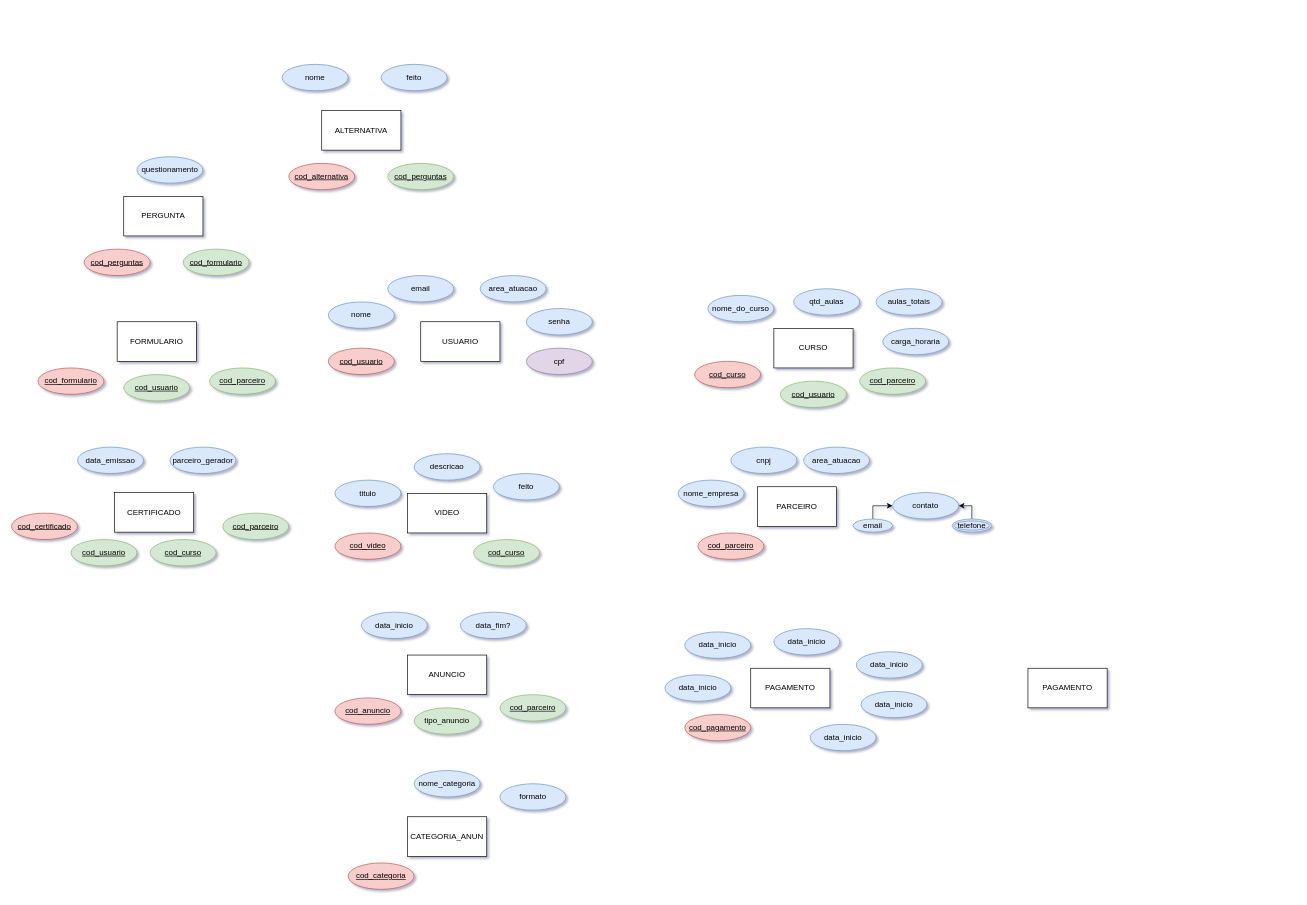
Before: ST.drawio in arthurmesquita2001/Banco_de_Dados, a draw.io diagram. Source tidied: cells renumbered, new cells numbered last; positions are measured from the earlier drawing's top-left corner, leaving out a move shared by most shapes. Both pictures are drawn from the tidied source at 66%, with x=0, y=0 at pixel (11, 64).
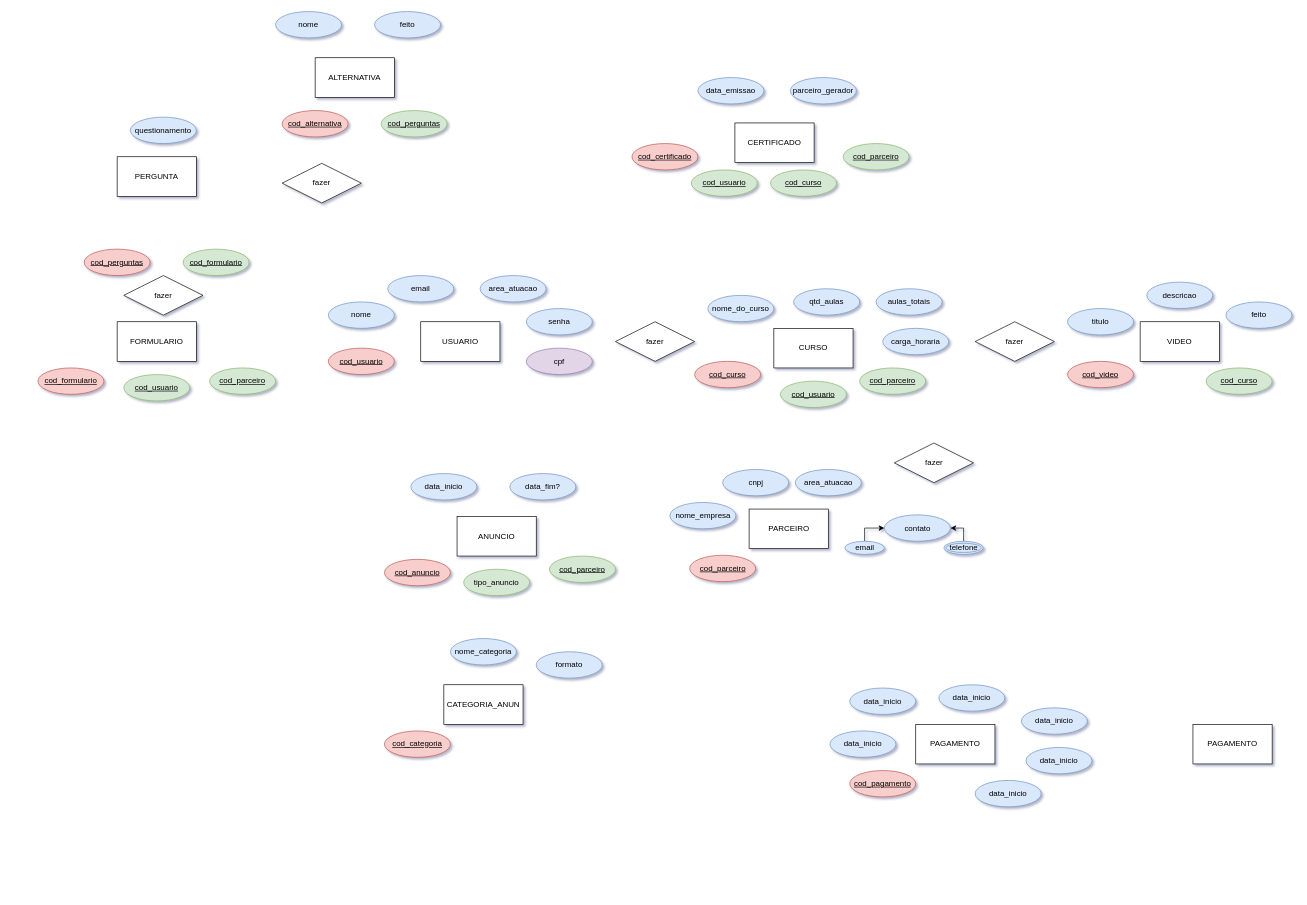
Above is the later version.

What changed in the source:
```diff
@@
     <mxCell id="11" value="VIDEO" style="rounded=0;whiteSpace=wrap;html=1;" parent="1" vertex="1">
-      <mxGeometry x="600" y="650" width="120" height="60" as="geometry" />
+      <mxGeometry x="1710" y="390" width="120" height="60" as="geometry" />
     </mxCell>
     <mxCell id="12" value="cod_video" style="ellipse;whiteSpace=wrap;html=1;align=center;fontStyle=4;fillColor=#f8cecc;strokeColor=#b85450;" parent="1" vertex="1">
-      <mxGeometry x="490" y="710" width="100" height="40" as="geometry" />
+      <mxGeometry x="1600" y="450" width="100" height="40" as="geometry" />
     </mxCell>
     <mxCell id="13" value="titulo" style="ellipse;whiteSpace=wrap;html=1;align=center;fillColor=#dae8fc;strokeColor=#6c8ebf;" parent="1" vertex="1">
-      <mxGeometry x="490" y="630" width="100" height="40" as="geometry" />
+      <mxGeometry x="1600" y="370" width="100" height="40" as="geometry" />
     </mxCell>
     <mxCell id="14" value="descricao" style="ellipse;whiteSpace=wrap;html=1;align=center;fillColor=#dae8fc;strokeColor=#6c8ebf;" parent="1" vertex="1">
-      <mxGeometry x="610" y="590" width="100" height="40" as="geometry" />
+      <mxGeometry x="1720" y="330" width="100" height="40" as="geometry" />
     </mxCell>
     <mxCell id="15" value="feito" style="ellipse;whiteSpace=wrap;html=1;align=center;fillColor=#dae8fc;strokeColor=#6c8ebf;" parent="1" vertex="1">
-      <mxGeometry x="730" y="620" width="100" height="40" as="geometry" />
+      <mxGeometry x="1840" y="360" width="100" height="40" as="geometry" />
     </mxCell>
     <mxCell id="16" value="PARCEIRO" style="rounded=0;whiteSpace=wrap;html=1;" parent="1" vertex="1">
-      <mxGeometry x="1130" y="640" width="120" height="60" as="geometry" />
+      <mxGeometry x="1117.5" y="673.8" width="120" height="60" as="geometry" />
     </mxCell>
     <mxCell id="17" value="cod_parceiro" style="ellipse;whiteSpace=wrap;html=1;align=center;fontStyle=4;fillColor=#f8cecc;strokeColor=#b85450;" parent="1" vertex="1">
-      <mxGeometry x="1040" y="710" width="100" height="40" as="geometry" />
+      <mxGeometry x="1027.5" y="743.8" width="100" height="40" as="geometry" />
     </mxCell>
@@
     <mxCell id="19" value="ANUNCIO" style="rounded=0;whiteSpace=wrap;html=1;" parent="1" vertex="1">
-      <mxGeometry x="600" y="895" width="120" height="60" as="geometry" />
+      <mxGeometry x="675" y="685" width="120" height="60" as="geometry" />
     </mxCell>
     <mxCell id="20" value="nome_empresa" style="ellipse;whiteSpace=wrap;html=1;align=center;fillColor=#dae8fc;strokeColor=#6c8ebf;" parent="1" vertex="1">
-      <mxGeometry x="1010" y="630" width="100" height="40" as="geometry" />
+      <mxGeometry x="997.5" y="663.8" width="100" height="40" as="geometry" />
     </mxCell>
     <mxCell id="21" value="cnpj" style="ellipse;whiteSpace=wrap;html=1;align=center;fillColor=#dae8fc;strokeColor=#6c8ebf;" parent="1" vertex="1">
-      <mxGeometry x="1090" y="580" width="100" height="40" as="geometry" />
+      <mxGeometry x="1077.5" y="613.8" width="100" height="40" as="geometry" />
     </mxCell>
     <mxCell id="22" value="area_atuacao" style="ellipse;whiteSpace=wrap;html=1;align=center;fillColor=#dae8fc;strokeColor=#6c8ebf;" parent="1" vertex="1">
-      <mxGeometry x="1200" y="580" width="100" height="40" as="geometry" />
+      <mxGeometry x="1187.5" y="613.8" width="100" height="40" as="geometry" />
     </mxCell>
@@
     <mxCell id="24" value="cod_curso" style="ellipse;whiteSpace=wrap;html=1;align=center;fontStyle=4;fillColor=#d5e8d4;strokeColor=#82b366;" parent="1" vertex="1">
-      <mxGeometry x="700" y="720" width="100" height="40" as="geometry" />
+      <mxGeometry x="1810" y="460" width="100" height="40" as="geometry" />
     </mxCell>
     <mxCell id="25" value="PAGAMENTO" style="rounded=0;whiteSpace=wrap;html=1;" parent="1" vertex="1">
-      <mxGeometry x="1120" y="915" width="120" height="60" as="geometry" />
+      <mxGeometry x="1370" y="1000" width="120" height="60" as="geometry" />
     </mxCell>
     <mxCell id="26" value="contato" style="ellipse;whiteSpace=wrap;html=1;fillColor=#dae8fc;strokeColor=#6c8ebf;" parent="1" vertex="1">
-      <mxGeometry x="1335" y="648.8" width="100" height="40" as="geometry" />
+      <mxGeometry x="1322.5" y="682.6" width="100" height="40" as="geometry" />
     </mxCell>
@@
     <mxCell id="28" value="email" style="ellipse;whiteSpace=wrap;html=1;align=center;fontSize=12;fillColor=#dae8fc;strokeColor=#6c8ebf;" parent="1" vertex="1">
-      <mxGeometry x="1275" y="688.8" width="60" height="20" as="geometry" />
+      <mxGeometry x="1262.5" y="722.6" width="60" height="20" as="geometry" />
     </mxCell>
@@
     <mxCell id="30" value="telefone" style="ellipse;shape=doubleEllipse;margin=3;whiteSpace=wrap;html=1;align=center;fillColor=#dae8fc;strokeColor=#6c8ebf;" parent="1" vertex="1">
-      <mxGeometry x="1425" y="688.8" width="60" height="20" as="geometry" />
+      <mxGeometry x="1412.5" y="722.6" width="60" height="20" as="geometry" />
     </mxCell>
@@
     <mxCell id="33" value="cod_anuncio" style="ellipse;whiteSpace=wrap;html=1;align=center;fontStyle=4;fillColor=#f8cecc;strokeColor=#b85450;" parent="1" vertex="1">
-      <mxGeometry x="490" y="960" width="100" height="40" as="geometry" />
+      <mxGeometry x="565" y="750" width="100" height="40" as="geometry" />
     </mxCell>
     <mxCell id="34" value="cod_pagamento" style="ellipse;whiteSpace=wrap;html=1;align=center;fontStyle=4;fillColor=#f8cecc;strokeColor=#b85450;" parent="1" vertex="1">
-      <mxGeometry x="1020" y="985" width="100" height="40" as="geometry" />
+      <mxGeometry x="1270" y="1070" width="100" height="40" as="geometry" />
     </mxCell>
@@
     <mxCell id="37" value="data_inicio" style="ellipse;whiteSpace=wrap;html=1;align=center;fillColor=#dae8fc;strokeColor=#6c8ebf;" parent="1" vertex="1">
-      <mxGeometry x="1020" y="860" width="100" height="40" as="geometry" />
+      <mxGeometry x="1270" y="945" width="100" height="40" as="geometry" />
     </mxCell>
     <mxCell id="38" value="data_inicio" style="ellipse;whiteSpace=wrap;html=1;align=center;fillColor=#dae8fc;strokeColor=#6c8ebf;" parent="1" vertex="1">
-      <mxGeometry x="1155" y="855" width="100" height="40" as="geometry" />
+      <mxGeometry x="1405" y="940" width="100" height="40" as="geometry" />
     </mxCell>
     <mxCell id="39" value="data_inicio" style="ellipse;whiteSpace=wrap;html=1;align=center;fillColor=#dae8fc;strokeColor=#6c8ebf;" parent="1" vertex="1">
-      <mxGeometry x="1280" y="890" width="100" height="40" as="geometry" />
+      <mxGeometry x="1530" y="975" width="100" height="40" as="geometry" />
     </mxCell>
     <mxCell id="40" value="data_inicio" style="ellipse;whiteSpace=wrap;html=1;align=center;fillColor=#dae8fc;strokeColor=#6c8ebf;" parent="1" vertex="1">
-      <mxGeometry x="1287" y="950" width="100" height="40" as="geometry" />
+      <mxGeometry x="1537" y="1035" width="100" height="40" as="geometry" />
     </mxCell>
     <mxCell id="41" value="data_inicio" style="ellipse;whiteSpace=wrap;html=1;align=center;fillColor=#dae8fc;strokeColor=#6c8ebf;" parent="1" vertex="1">
-      <mxGeometry x="990" y="925" width="100" height="40" as="geometry" />
+      <mxGeometry x="1240" y="1010" width="100" height="40" as="geometry" />
     </mxCell>
     <mxCell id="42" value="data_inicio" style="ellipse;whiteSpace=wrap;html=1;align=center;fillColor=#dae8fc;strokeColor=#6c8ebf;" parent="1" vertex="1">
-      <mxGeometry x="1210" y="1000" width="100" height="40" as="geometry" />
+      <mxGeometry x="1460" y="1085" width="100" height="40" as="geometry" />
     </mxCell>
     <mxCell id="43" value="PAGAMENTO" style="rounded=0;whiteSpace=wrap;html=1;" parent="1" vertex="1">
-      <mxGeometry x="1540" y="915" width="120" height="60" as="geometry" />
+      <mxGeometry x="1790" y="1000" width="120" height="60" as="geometry" />
     </mxCell>
     <mxCell id="44" value="cod_parceiro" style="ellipse;whiteSpace=wrap;html=1;align=center;fontStyle=4;fillColor=#d5e8d4;strokeColor=#82b366;" parent="1" vertex="1">
-      <mxGeometry x="740" y="955" width="100" height="40" as="geometry" />
+      <mxGeometry x="815" y="745" width="100" height="40" as="geometry" />
     </mxCell>
@@
     <mxCell id="47" value="tipo_anuncio" style="ellipse;whiteSpace=wrap;html=1;align=center;fillColor=#d5e8d4;strokeColor=#82b366;" parent="1" vertex="1">
-      <mxGeometry x="610" y="975" width="100" height="40" as="geometry" />
+      <mxGeometry x="685" y="765" width="100" height="40" as="geometry" />
     </mxCell>
     <mxCell id="48" value="CATEGORIA_ANUN" style="rounded=0;whiteSpace=wrap;html=1;" parent="1" vertex="1">
-      <mxGeometry x="600" y="1140" width="120" height="60" as="geometry" />
+      <mxGeometry x="655" y="940" width="120" height="60" as="geometry" />
     </mxCell>
     <mxCell id="49" value="cod_categoria" style="ellipse;whiteSpace=wrap;html=1;align=center;fontStyle=4;fillColor=#f8cecc;strokeColor=#b85450;" parent="1" vertex="1">
-      <mxGeometry x="510" y="1210" width="100" height="40" as="geometry" />
+      <mxGeometry x="565" y="1010" width="100" height="40" as="geometry" />
     </mxCell>
     <mxCell id="50" value="nome_categoria" style="ellipse;whiteSpace=wrap;html=1;align=center;fillColor=#dae8fc;strokeColor=#6c8ebf;" parent="1" vertex="1">
-      <mxGeometry x="610" y="1070" width="100" height="40" as="geometry" />
+      <mxGeometry x="665" y="870" width="100" height="40" as="geometry" />
     </mxCell>
     <mxCell id="51" value="formato" style="ellipse;whiteSpace=wrap;html=1;align=center;fillColor=#dae8fc;strokeColor=#6c8ebf;" parent="1" vertex="1">
-      <mxGeometry x="740" y="1090" width="100" height="40" as="geometry" />
+      <mxGeometry x="795" y="890" width="100" height="40" as="geometry" />
     </mxCell>
     <mxCell id="52" value="data_inicio" style="ellipse;whiteSpace=wrap;html=1;align=center;fillColor=#dae8fc;strokeColor=#6c8ebf;" parent="1" vertex="1">
-      <mxGeometry x="530" y="830" width="100" height="40" as="geometry" />
+      <mxGeometry x="605" y="620" width="100" height="40" as="geometry" />
     </mxCell>
     <mxCell id="53" value="data_fim?" style="ellipse;whiteSpace=wrap;html=1;align=center;fillColor=#dae8fc;strokeColor=#6c8ebf;" parent="1" vertex="1">
-      <mxGeometry x="680" y="830" width="100" height="40" as="geometry" />
+      <mxGeometry x="755" y="620" width="100" height="40" as="geometry" />
     </mxCell>
@@
     <mxCell id="55" value="CERTIFICADO" style="rounded=0;whiteSpace=wrap;html=1;" parent="1" vertex="1">
-      <mxGeometry x="156" y="648.8" width="120" height="60" as="geometry" />
+      <mxGeometry x="1096" y="88.8" width="120" height="60" as="geometry" />
     </mxCell>
     <mxCell id="56" value="cod_certificado" style="ellipse;whiteSpace=wrap;html=1;align=center;fontStyle=4;fillColor=#f8cecc;strokeColor=#b85450;" parent="1" vertex="1">
-      <mxGeometry y="680" width="100" height="40" as="geometry" />
+      <mxGeometry x="940" y="120" width="100" height="40" as="geometry" />
     </mxCell>
     <mxCell id="57" value="cod_usuario" style="ellipse;whiteSpace=wrap;html=1;align=center;fontStyle=4;fillColor=#d5e8d4;strokeColor=#82b366;" parent="1" vertex="1">
-      <mxGeometry x="90" y="720" width="100" height="40" as="geometry" />
+      <mxGeometry x="1030" y="160" width="100" height="40" as="geometry" />
     </mxCell>
@@
     <mxCell id="59" value="PERGUNTA" style="rounded=0;whiteSpace=wrap;html=1;" parent="1" vertex="1">
-      <mxGeometry x="170" y="200" width="120" height="60" as="geometry" />
+      <mxGeometry x="160" y="140" width="120" height="60" as="geometry" />
     </mxCell>
@@
     <mxCell id="62" value="questionamento" style="ellipse;whiteSpace=wrap;html=1;align=center;fillColor=#dae8fc;strokeColor=#6c8ebf;" parent="1" vertex="1">
-      <mxGeometry x="190" y="140" width="100" height="40" as="geometry" />
+      <mxGeometry x="180" y="80" width="100" height="40" as="geometry" />
     </mxCell>
     <mxCell id="63" value="ALTERNATIVA" style="rounded=0;whiteSpace=wrap;html=1;" parent="1" vertex="1">
-      <mxGeometry x="470" y="70" width="120" height="60" as="geometry" />
+      <mxGeometry x="460" y="-10" width="120" height="60" as="geometry" />
     </mxCell>
     <mxCell id="64" value="cod_alternativa" style="ellipse;whiteSpace=wrap;html=1;align=center;fontStyle=4;fillColor=#f8cecc;strokeColor=#b85450;" parent="1" vertex="1">
-      <mxGeometry x="420" y="150" width="100" height="40" as="geometry" />
+      <mxGeometry x="410" y="70" width="100" height="40" as="geometry" />
     </mxCell>
     <mxCell id="65" value="cod_perguntas" style="ellipse;whiteSpace=wrap;html=1;align=center;fontStyle=4;fillColor=#d5e8d4;strokeColor=#82b366;" parent="1" vertex="1">
-      <mxGeometry x="570" y="150" width="100" height="40" as="geometry" />
+      <mxGeometry x="560" y="70" width="100" height="40" as="geometry" />
     </mxCell>
     <mxCell id="66" value="nome" style="ellipse;whiteSpace=wrap;html=1;align=center;fillColor=#dae8fc;strokeColor=#6c8ebf;" parent="1" vertex="1">
-      <mxGeometry x="410" width="100" height="40" as="geometry" />
+      <mxGeometry x="400" y="-80" width="100" height="40" as="geometry" />
     </mxCell>
     <mxCell id="67" value="feito" style="ellipse;whiteSpace=wrap;html=1;align=center;fillColor=#dae8fc;strokeColor=#6c8ebf;" parent="1" vertex="1">
-      <mxGeometry x="560" width="100" height="40" as="geometry" />
+      <mxGeometry x="550" y="-80" width="100" height="40" as="geometry" />
     </mxCell>
     <mxCell id="68" value="cod_curso" style="ellipse;whiteSpace=wrap;html=1;align=center;fontStyle=4;fillColor=#d5e8d4;strokeColor=#82b366;" parent="1" vertex="1">
-      <mxGeometry x="210" y="720" width="100" height="40" as="geometry" />
+      <mxGeometry x="1150" y="160" width="100" height="40" as="geometry" />
     </mxCell>
     <mxCell id="69" value="data_emissao" style="ellipse;whiteSpace=wrap;html=1;align=center;fillColor=#dae8fc;strokeColor=#6c8ebf;" parent="1" vertex="1">
-      <mxGeometry x="100" y="580" width="100" height="40" as="geometry" />
+      <mxGeometry x="1040" y="20" width="100" height="40" as="geometry" />
     </mxCell>
@@
     <mxCell id="71" value="parceiro_gerador" style="ellipse;whiteSpace=wrap;html=1;align=center;fillColor=#dae8fc;strokeColor=#6c8ebf;" parent="1" vertex="1">
-      <mxGeometry x="240" y="580" width="100" height="40" as="geometry" />
+      <mxGeometry x="1180" y="20" width="100" height="40" as="geometry" />
     </mxCell>
     <mxCell id="72" value="cod_parceiro" style="ellipse;whiteSpace=wrap;html=1;align=center;fontStyle=4;fillColor=#d5e8d4;strokeColor=#82b366;" parent="1" vertex="1">
-      <mxGeometry x="320" y="680" width="100" height="40" as="geometry" />
+      <mxGeometry x="1260" y="120" width="100" height="40" as="geometry" />
     </mxCell>
+    <mxCell id="73" value="fazer" style="shape=rhombus;perimeter=rhombusPerimeter;whiteSpace=wrap;html=1;align=center;" parent="1" vertex="1">
+      <mxGeometry x="915" y="390" width="120" height="60" as="geometry" />
+    </mxCell>
+    <mxCell id="74" value="fazer" style="shape=rhombus;perimeter=rhombusPerimeter;whiteSpace=wrap;html=1;align=center;" parent="1" vertex="1">
+      <mxGeometry x="1337.5" y="573.8" width="120" height="60" as="geometry" />
+    </mxCell>
+    <mxCell id="75" value="fazer" style="shape=rhombus;perimeter=rhombusPerimeter;whiteSpace=wrap;html=1;align=center;" parent="1" vertex="1">
+      <mxGeometry x="1460" y="390" width="120" height="60" as="geometry" />
+    </mxCell>
+    <mxCell id="76" value="fazer" style="shape=rhombus;perimeter=rhombusPerimeter;whiteSpace=wrap;html=1;align=center;" parent="1" vertex="1">
+      <mxGeometry x="410" y="150" width="120" height="60" as="geometry" />
+    </mxCell>
+    <mxCell id="77" value="fazer" style="shape=rhombus;perimeter=rhombusPerimeter;whiteSpace=wrap;html=1;align=center;" parent="1" vertex="1">
+      <mxGeometry x="170" y="320" width="120" height="60" as="geometry" />
+    </mxCell>
```
